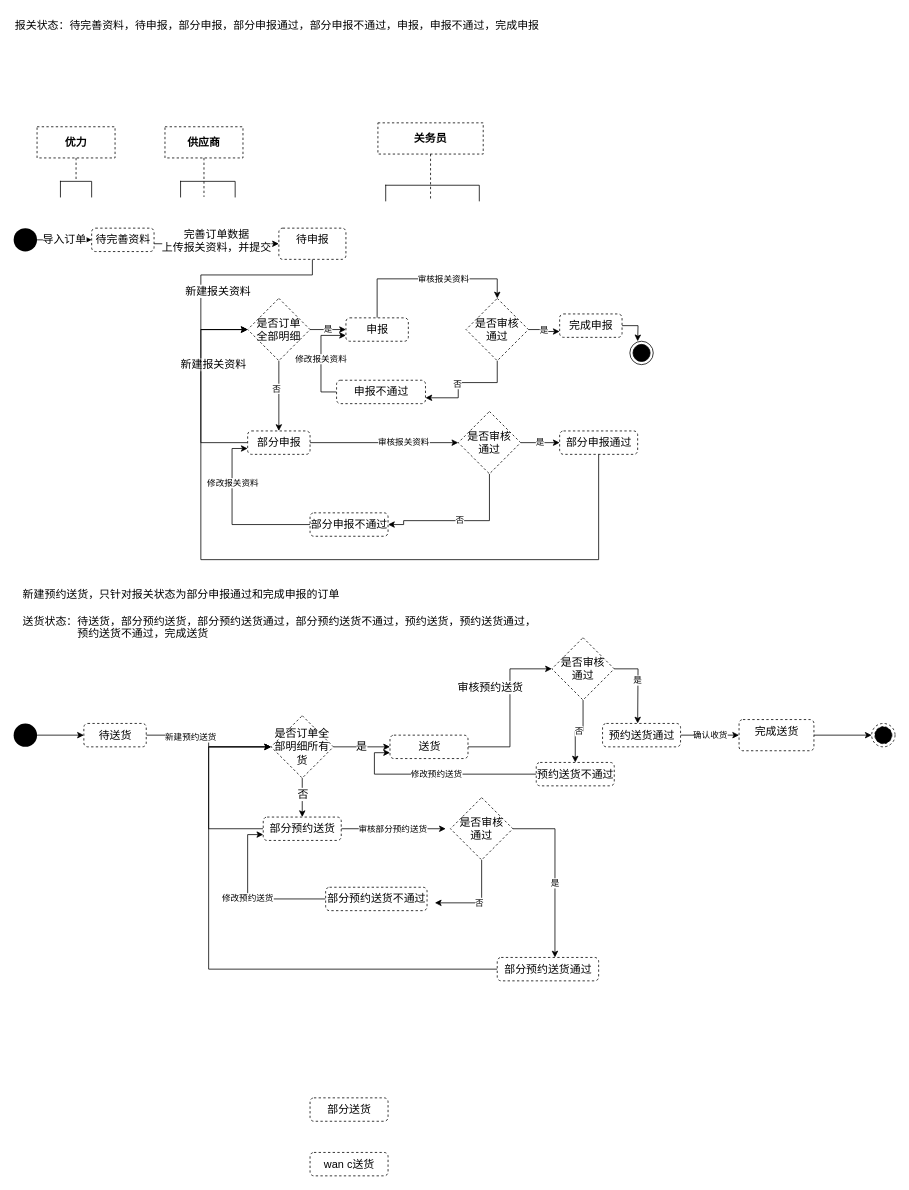
Earlier version of the draw.io diagram page "订单状态图" (3 of 6) of shrine-doc/进区预约系统.drawio (easefulfil/CLOUDCARE). Source tidied: cells renumbered, new cells numbered last; positions are measured from the earlier drawing's top-left corner, leaving out a move shared by most shapes. Both pictures are drawn from the tidied source at 78%, with x=0, y=0 at pixel (13, 13).
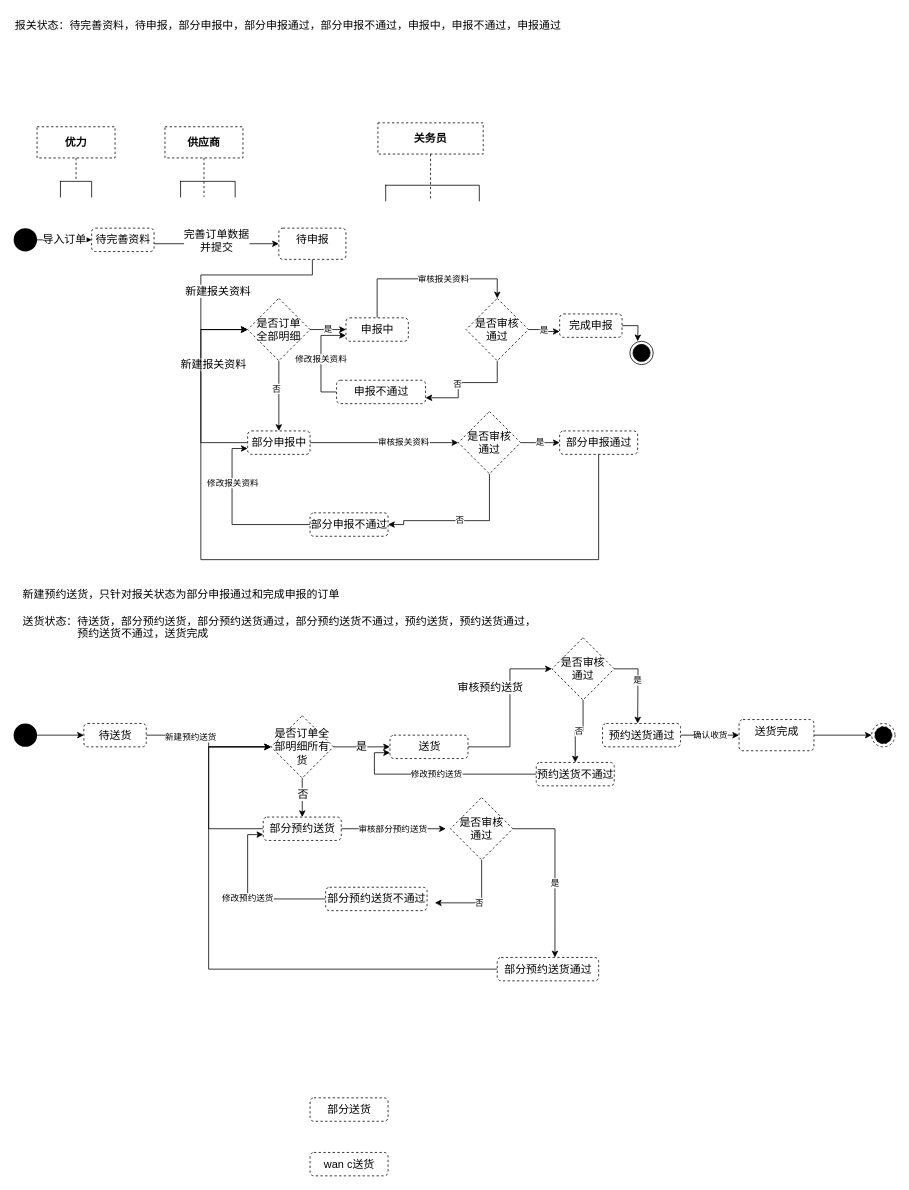
The same page after the edit.

The change refers to these unchanged cells:
```xml
<mxCell id="4" style="edgeStyle=orthogonalEdgeStyle;rounded=0;jettySize=auto;html=1;fontSize=14;" parent="1" edge="1" source="6" target="9">
  <mxGeometry relative="1" as="geometry">
    <Array as="points">
      <mxPoint x="260" y="295" />
      <mxPoint x="260" y="295" />
    </Array>
  </mxGeometry>
</mxCell>
```

Diff of the diagram source:
```diff
@@
-    <mxCell id="5" value="完善订单数据&lt;br&gt;上传报关资料，并提交" style="edgeLabel;html=1;align=center;verticalAlign=middle;fontSize=14;" parent="4" vertex="1">
+    <mxCell id="5" value="完善订单数据&lt;br&gt;并提交" style="edgeLabel;html=1;align=center;verticalAlign=middle;fontSize=14;" parent="4" vertex="1">
       <mxGeometry x="-0.24" y="-1" relative="1" as="geometry">
         <mxPoint x="18" y="-6" as="offset" />
       </mxGeometry>
     </mxCell>
@@
-    <mxCell id="18" value="完成送货" style="html=1;align=center;verticalAlign=top;rounded=1;absoluteArcSize=1;arcSize=10;dashed=1;fontSize=14;" parent="1" vertex="1">
+    <mxCell id="18" value="送货完成" style="html=1;align=center;verticalAlign=top;rounded=1;absoluteArcSize=1;arcSize=10;dashed=1;fontSize=14;" parent="1" vertex="1">
       <mxGeometry x="930" y="905" width="96" height="40" as="geometry" />
     </mxCell>
@@
-    <mxCell id="36" value="&lt;span style=&quot;color: rgb(0 , 0 , 0) ; font-family: &amp;#34;helvetica&amp;#34; ; font-size: 14px ; font-style: normal ; font-weight: 400 ; letter-spacing: normal ; text-align: center ; text-indent: 0px ; text-transform: none ; word-spacing: 0px ; background-color: rgb(255 , 255 , 255) ; display: inline ; float: none&quot;&gt;报关状态：待完善资料，待申报，部分申报，部分申报通过，部分申报不通过，&lt;/span&gt;&lt;span style=&quot;font-family: &amp;#34;helvetica&amp;#34; ; font-size: 14px ; text-align: center ; background-color: rgb(255 , 255 , 255)&quot;&gt;申报，申报不通过，完成&lt;/span&gt;&lt;span style=&quot;font-family: &amp;#34;helvetica&amp;#34; ; font-size: 14px ; text-align: center ; background-color: rgb(255 , 255 , 255)&quot;&gt;申报&lt;/span&gt;" style="text;whiteSpace=wrap;html=1;" parent="1" vertex="1">
+    <mxCell id="36" value="&lt;span style=&quot;color: rgb(0 , 0 , 0) ; font-family: &amp;#34;helvetica&amp;#34; ; font-size: 14px ; font-style: normal ; font-weight: 400 ; letter-spacing: normal ; text-align: center ; text-indent: 0px ; text-transform: none ; word-spacing: 0px ; background-color: rgb(255 , 255 , 255) ; display: inline ; float: none&quot;&gt;报关状态：待完善资料，待申报，部分申报中，部分申报通过，部分申报不通过，&lt;/span&gt;&lt;span style=&quot;font-family: &amp;#34;helvetica&amp;#34; ; font-size: 14px ; text-align: center ; background-color: rgb(255 , 255 , 255)&quot;&gt;申报中，申报不通过，&lt;/span&gt;&lt;span style=&quot;font-family: &amp;#34;helvetica&amp;#34; ; font-size: 14px ; text-align: center ; background-color: rgb(255 , 255 , 255)&quot;&gt;申报通过&lt;/span&gt;" style="text;whiteSpace=wrap;html=1;" parent="1" vertex="1">
       <mxGeometry width="780" height="30" as="geometry" />
     </mxCell>
-    <mxCell id="37" value="&lt;span style=&quot;color: rgb(0 , 0 , 0) ; font-family: &amp;#34;helvetica&amp;#34; ; font-size: 14px ; font-style: normal ; font-weight: 400 ; letter-spacing: normal ; text-align: center ; text-indent: 0px ; text-transform: none ; word-spacing: 0px ; background-color: rgb(255 , 255 , 255) ; display: inline ; float: none&quot;&gt;新建预约送货，只针对报关状态为部分申报通过和完成申报的订单&lt;br&gt;&lt;br&gt;送货状态：待送货，部分预约送货，部分预约送货通过，部分预约送货不通过，预约送货，预约送货通过，&lt;br&gt;&lt;/span&gt;&lt;span style=&quot;font-family: &amp;#34;helvetica&amp;#34; ; font-size: 14px ; text-align: center ; background-color: rgb(255 , 255 , 255)&quot;&gt;&amp;nbsp; &amp;nbsp; &amp;nbsp; &amp;nbsp; &amp;nbsp; &amp;nbsp; &amp;nbsp; &amp;nbsp; &amp;nbsp; 预约送货不通过，完成送货&lt;/span&gt;" style="text;whiteSpace=wrap;html=1;" parent="1" vertex="1">
+    <mxCell id="37" value="&lt;span style=&quot;color: rgb(0 , 0 , 0) ; font-family: &amp;#34;helvetica&amp;#34; ; font-size: 14px ; font-style: normal ; font-weight: 400 ; letter-spacing: normal ; text-align: center ; text-indent: 0px ; text-transform: none ; word-spacing: 0px ; background-color: rgb(255 , 255 , 255) ; display: inline ; float: none&quot;&gt;新建预约送货，只针对报关状态为部分申报通过和完成申报的订单&lt;br&gt;&lt;br&gt;送货状态：待送货，部分预约送货，部分预约送货通过，部分预约送货不通过，预约送货，预约送货通过，&lt;br&gt;&lt;/span&gt;&lt;span style=&quot;font-family: &amp;#34;helvetica&amp;#34; ; font-size: 14px ; text-align: center ; background-color: rgb(255 , 255 , 255)&quot;&gt;&amp;nbsp; &amp;nbsp; &amp;nbsp; &amp;nbsp; &amp;nbsp; &amp;nbsp; &amp;nbsp; &amp;nbsp; &amp;nbsp; 预约送货不通过，送货完成&lt;/span&gt;" style="text;whiteSpace=wrap;html=1;" parent="1" vertex="1">
       <mxGeometry x="10" y="730" width="770" height="60" as="geometry" />
     </mxCell>
@@
-    <mxCell id="40" value="申报" style="html=1;align=center;verticalAlign=top;rounded=1;absoluteArcSize=1;arcSize=10;dashed=1;fontSize=14;" parent="1" vertex="1">
+    <mxCell id="40" value="申报中" style="html=1;align=center;verticalAlign=top;rounded=1;absoluteArcSize=1;arcSize=10;dashed=1;fontSize=14;" parent="1" vertex="1">
       <mxGeometry x="426" y="390" width="80" height="30" as="geometry" />
     </mxCell>
@@
-    <mxCell id="43" value="部分申报" style="html=1;align=center;verticalAlign=top;rounded=1;absoluteArcSize=1;arcSize=10;dashed=1;fontSize=14;" parent="1" vertex="1">
+    <mxCell id="43" value="部分申报中" style="html=1;align=center;verticalAlign=top;rounded=1;absoluteArcSize=1;arcSize=10;dashed=1;fontSize=14;" parent="1" vertex="1">
       <mxGeometry x="300" y="535" width="80" height="30" as="geometry" />
     </mxCell>
```
